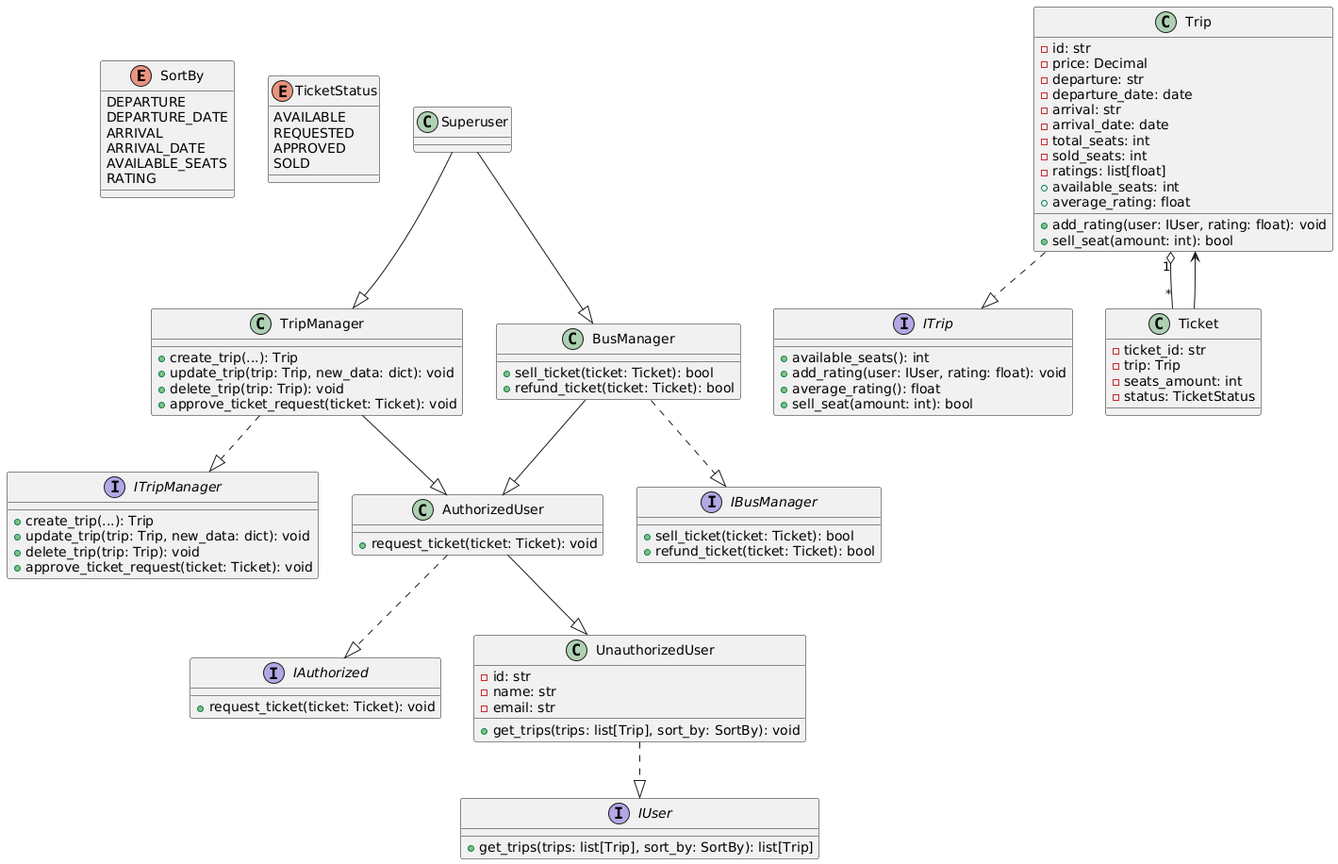
This is oop_uml_diagram.png from cemen2009/oop-task, a PlantUML export, as it was before one commit. Its diagram source:
```plantuml
@startuml
enum SortBy {
  DEPARTURE
  DEPARTURE_DATE
  ARRIVAL
  ARRIVAL_DATE
  AVAILABLE_SEATS
  RATING
}

enum TicketStatus {
  AVAILABLE
  REQUESTED
  APPROVED
  SOLD
}

interface IUser {
  + get_trips(trips: list[Trip], sort_by: SortBy): list[Trip]
}

interface IAuthorized {
  + request_ticket(ticket: Ticket): void
}

interface ITripManager {
  + create_trip(...): Trip
  + update_trip(trip: Trip, new_data: dict): void
  + delete_trip(trip: Trip): void
  + approve_ticket_request(ticket: Ticket): void
}

interface IBusManager {
  + sell_ticket(ticket: Ticket): bool
  + refund_ticket(ticket: Ticket): bool
}

interface ITrip {
  + available_seats(): int
  + add_rating(user: IUser, rating: float): void
  + average_rating(): float
  + sell_seat(amount: int): bool
}

class Trip {
  - id: str
  - price: Decimal
  - departure: str
  - departure_date: date
  - arrival: str
  - arrival_date: date
  - total_seats: int
  - sold_seats: int
  - ratings: list[float]
  + available_seats: int
  + add_rating(user: IUser, rating: float): void
  + sell_seat(amount: int): bool
  + average_rating: float
}

class Ticket {
  - ticket_id: str
  - trip: Trip
  - seats_amount: int
  - status: TicketStatus
}

class UnauthorizedUser {
  - id: str
  - name: str
  - email: str
  + get_trips(trips: list[Trip], sort_by: SortBy): void
}

class AuthorizedUser {
  + request_ticket(ticket: Ticket): void
}

class TripManager {
  + create_trip(...): Trip
  + update_trip(trip: Trip, new_data: dict): void
  + delete_trip(trip: Trip): void
  + approve_ticket_request(ticket: Ticket): void
}

class BusManager {
  + sell_ticket(ticket: Ticket): bool
  + refund_ticket(ticket: Ticket): bool
}

class Superuser {
}

Trip ..|> ITrip
UnauthorizedUser ..|> IUser
AuthorizedUser ..|> IAuthorized
TripManager ..|> ITripManager
BusManager ..|> IBusManager

AuthorizedUser --|> UnauthorizedUser
TripManager --|> AuthorizedUser
BusManager --|> AuthorizedUser
Superuser --|> TripManager
Superuser --|> BusManager

Ticket --> Trip
Trip "1" o-- "*" Ticket
@enduml
```
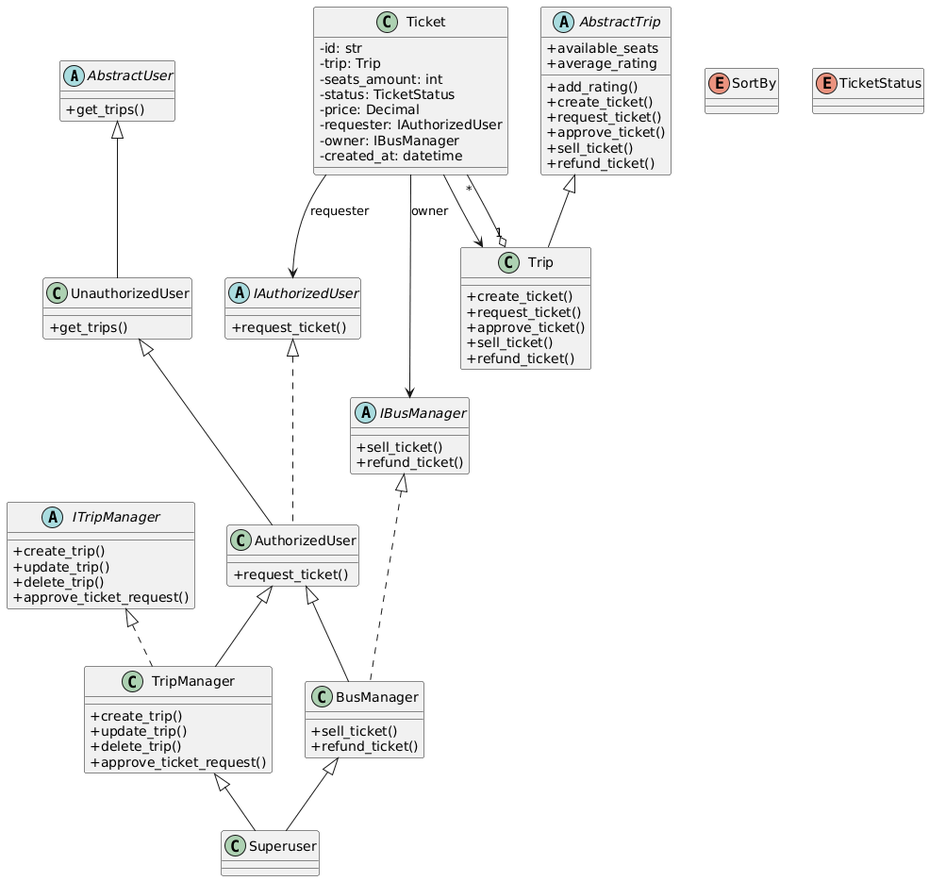
The same file after the commit.

Commit message:
requested fixes for implementing trip into businness logic

The edit, as a diff of the source:
```diff
@@ -1,108 +1,87 @@
 @startuml
-enum SortBy {
-  DEPARTURE
-  DEPARTURE_DATE
-  ARRIVAL
-  ARRIVAL_DATE
-  AVAILABLE_SEATS
-  RATING
+skinparam classAttributeIconSize 0
+
+abstract class AbstractUser {
+  + get_trips()
+}
+abstract class IAuthorizedUser {
+  + request_ticket()
+}
+abstract class ITripManager {
+  + create_trip()
+  + update_trip()
+  + delete_trip()
+  + approve_ticket_request()
+}
+abstract class IBusManager {
+  + sell_ticket()
+  + refund_ticket()
+}
+abstract class AbstractTrip {
+  + available_seats
+  + add_rating()
+  + average_rating
+  + create_ticket()
+  + request_ticket()
+  + approve_ticket()
+  + sell_ticket()
+  + refund_ticket()
 }
 
-enum TicketStatus {
-  AVAILABLE
-  REQUESTED
-  APPROVED
-  SOLD
-}
+enum SortBy
+enum TicketStatus
 
-interface IUser {
-  + get_trips(trips: list[Trip], sort_by: SortBy): list[Trip]
-}
-
-interface IAuthorized {
-  + request_ticket(ticket: Ticket): void
-}
-
-interface ITripManager {
-  + create_trip(...): Trip
-  + update_trip(trip: Trip, new_data: dict): void
-  + delete_trip(trip: Trip): void
-  + approve_ticket_request(ticket: Ticket): void
-}
-
-interface IBusManager {
-  + sell_ticket(ticket: Ticket): bool
-  + refund_ticket(ticket: Ticket): bool
-}
-
-interface ITrip {
-  + available_seats(): int
-  + add_rating(user: IUser, rating: float): void
-  + average_rating(): float
-  + sell_seat(amount: int): bool
+class Ticket {
+  - id: str
+  - trip: Trip
+  - seats_amount: int
+  - status: TicketStatus
+  - price: Decimal
+  - requester: IAuthorizedUser
+  - owner: IBusManager
+  - created_at: datetime
 }
 
 class Trip {
-  - id: str
-  - price: Decimal
-  - departure: str
-  - departure_date: date
-  - arrival: str
-  - arrival_date: date
-  - total_seats: int
-  - sold_seats: int
-  - ratings: list[float]
-  + available_seats: int
-  + add_rating(user: IUser, rating: float): void
-  + sell_seat(amount: int): bool
-  + average_rating: float
-}
-
-class Ticket {
-  - ticket_id: str
-  - trip: Trip
-  - seats_amount: int
-  - status: TicketStatus
+  + create_ticket()
+  + request_ticket()
+  + approve_ticket()
+  + sell_ticket()
+  + refund_ticket()
 }
 
 class UnauthorizedUser {
-  - id: str
-  - name: str
-  - email: str
-  + get_trips(trips: list[Trip], sort_by: SortBy): void
+  + get_trips()
 }
+class AuthorizedUser {
+  + request_ticket()
+}
+class TripManager {
+  + create_trip()
+  + update_trip()
+  + delete_trip()
+  + approve_ticket_request()
+}
+class BusManager {
+  + sell_ticket()
+  + refund_ticket()
+}
+class Superuser
 
-class AuthorizedUser {
-  + request_ticket(ticket: Ticket): void
-}
+AbstractTrip <|-- Trip
+AbstractUser <|-- UnauthorizedUser
+UnauthorizedUser <|-- AuthorizedUser
+AuthorizedUser <|-- TripManager
+AuthorizedUser <|-- BusManager
+BusManager <|-- Superuser
+TripManager <|-- Superuser
 
-class TripManager {
-  + create_trip(...): Trip
-  + update_trip(trip: Trip, new_data: dict): void
-  + delete_trip(trip: Trip): void
-  + approve_ticket_request(ticket: Ticket): void
-}
+IAuthorizedUser <|.. AuthorizedUser
+ITripManager <|.. TripManager
+IBusManager <|.. BusManager
 
-class BusManager {
-  + sell_ticket(ticket: Ticket): bool
-  + refund_ticket(ticket: Ticket): bool
-}
-
-class Superuser {
-}
-
-Trip ..|> ITrip
-UnauthorizedUser ..|> IUser
-AuthorizedUser ..|> IAuthorized
-TripManager ..|> ITripManager
-BusManager ..|> IBusManager
-
-AuthorizedUser --|> UnauthorizedUser
-TripManager --|> AuthorizedUser
-BusManager --|> AuthorizedUser
-Superuser --|> TripManager
-Superuser --|> BusManager
-
+Trip "1" o-- "*" Ticket
 Ticket --> Trip
-Trip "1" o-- "*" Ticket
+Ticket --> IAuthorizedUser : requester
+Ticket --> IBusManager : owner
 @enduml
```
